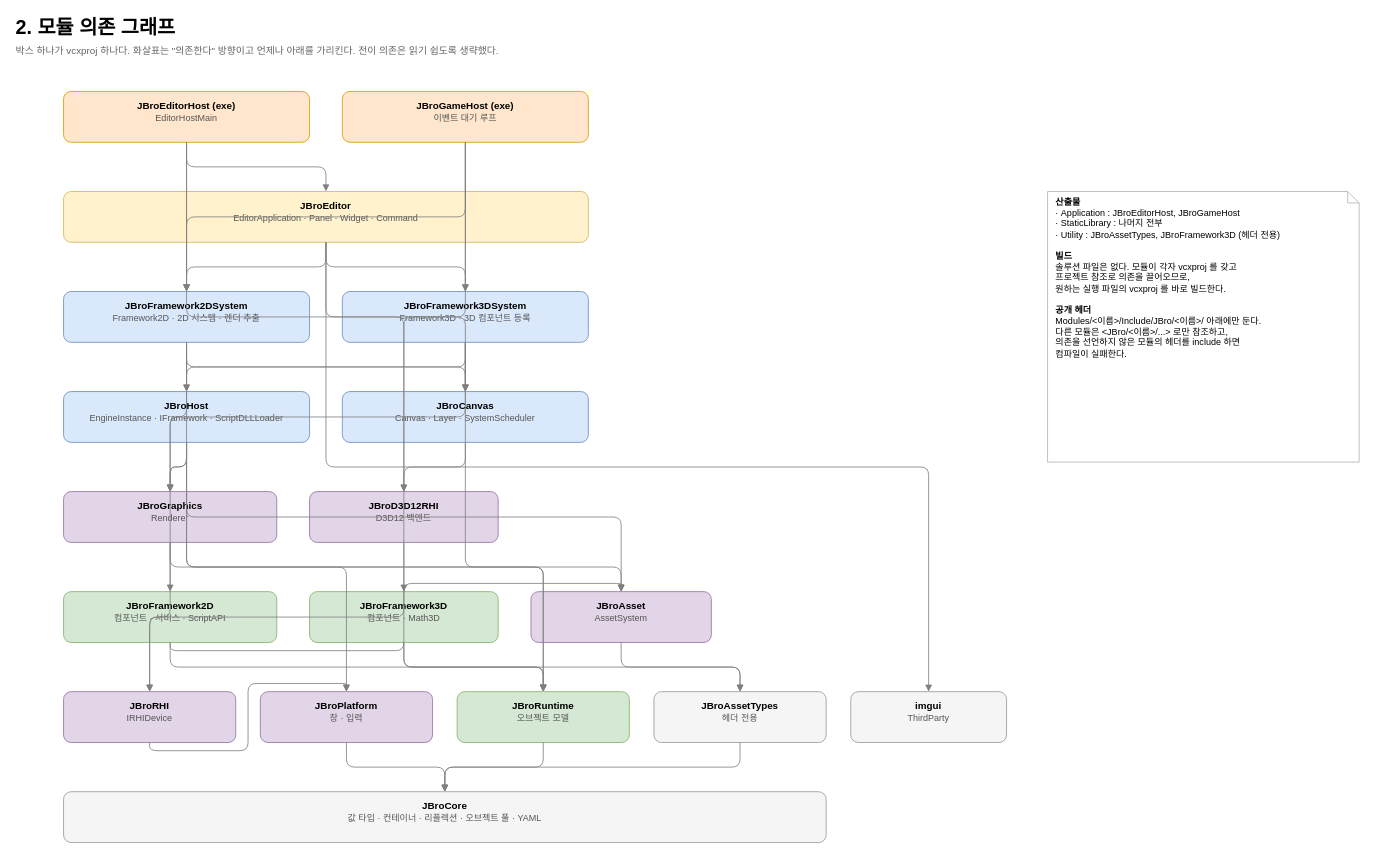
taku7664/JBroEngine keeps this draw.io diagram as page "2. 모듈 의존 그래프" (2 of 6) of docs/JBroEngine.drawio.xml. Above is the earlier version. Source tidied: cells renumbered, new cells numbered last; positions are measured from the earlier drawing's top-left corner, leaving out a move shared by most shapes. Both pictures are drawn from the tidied source at 82%, with x=0, y=0 at pixel (14, 14).
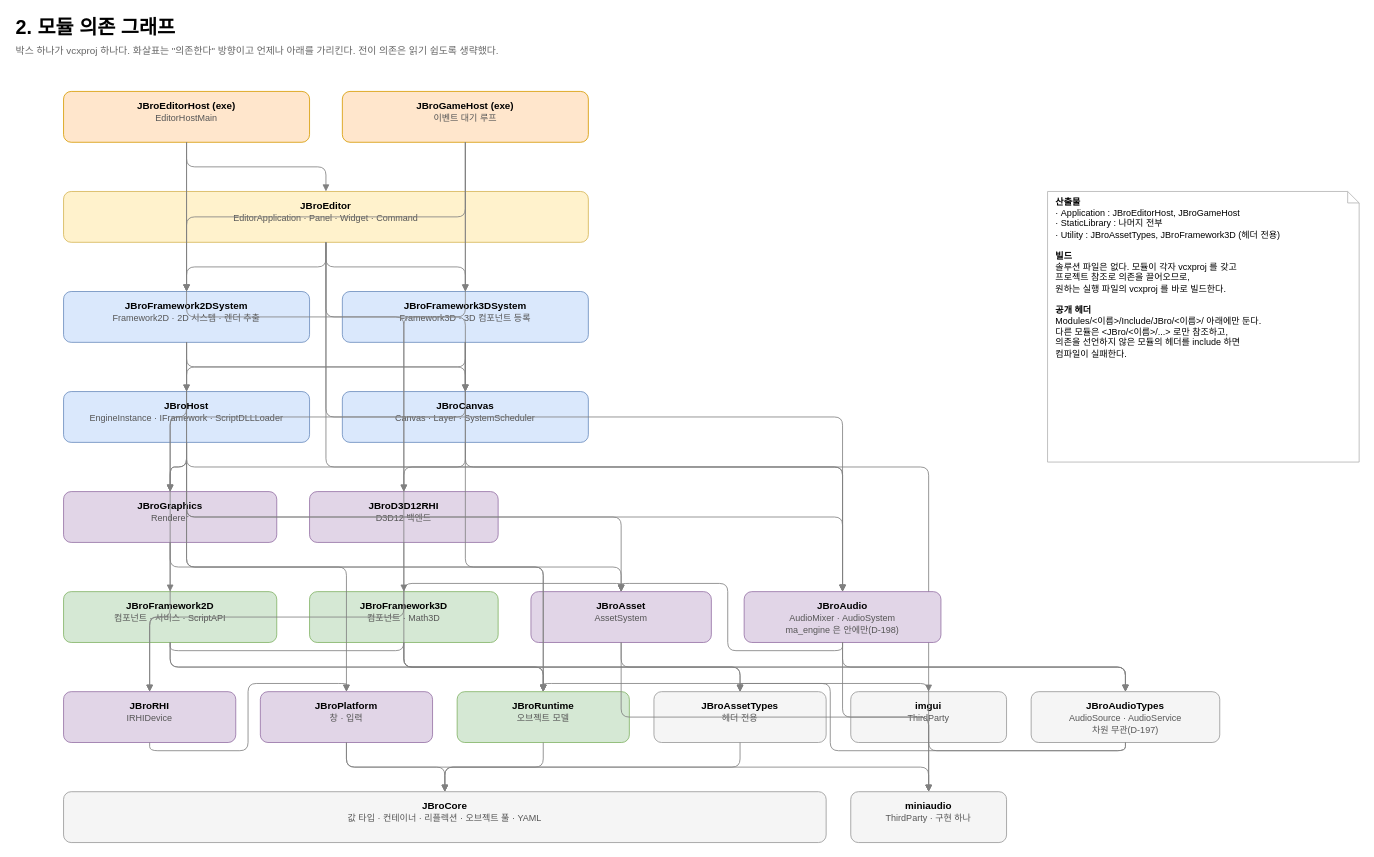
After the change.

Unchanged cells that the change refers to:
```xml
<mxCell id="6" value="&lt;b&gt;JBroEditor&lt;/b&gt;&lt;br&gt;&lt;font color=&quot;#555555&quot; style=&quot;font-size:11px&quot;&gt;EditorApplication · Panel · Widget · Command&lt;/font&gt;" style="rounded=1;whiteSpace=wrap;html=1;fontSize=12;verticalAlign=top;spacingTop=4;fillColor=#fff2cc;strokeColor=#d6b656;" parent="1" vertex="1">
  <mxGeometry x="60" y="216" width="640" height="62" as="geometry" />
</mxCell>
<mxCell id="7" value="&lt;b&gt;JBroFramework2DSystem&lt;/b&gt;&lt;br&gt;&lt;font color=&quot;#555555&quot; style=&quot;font-size:11px&quot;&gt;Framework2D · 2D 시스템 · 렌더 추출&lt;/font&gt;" style="rounded=1;whiteSpace=wrap;html=1;fontSize=12;verticalAlign=top;spacingTop=4;fillColor=#dae8fc;strokeColor=#6c8ebf;" parent="1" vertex="1">
  <mxGeometry x="60" y="338" width="300" height="62" as="geometry" />
</mxCell>
<mxCell id="8" value="&lt;b&gt;JBroFramework3DSystem&lt;/b&gt;&lt;br&gt;&lt;font color=&quot;#555555&quot; style=&quot;font-size:11px&quot;&gt;Framework3D · 3D 컴포넌트 등록&lt;/font&gt;" style="rounded=1;whiteSpace=wrap;html=1;fontSize=12;verticalAlign=top;spacingTop=4;fillColor=#dae8fc;strokeColor=#6c8ebf;" parent="1" vertex="1">
  <mxGeometry x="400" y="338" width="300" height="62" as="geometry" />
</mxCell>
<mxCell id="9" value="&lt;b&gt;JBroHost&lt;/b&gt;&lt;br&gt;&lt;font color=&quot;#555555&quot; style=&quot;font-size:11px&quot;&gt;EngineInstance · IFramework · ScriptDLLLoader&lt;/font&gt;" style="rounded=1;whiteSpace=wrap;html=1;fontSize=12;verticalAlign=top;spacingTop=4;fillColor=#dae8fc;strokeColor=#6c8ebf;" parent="1" vertex="1">
  <mxGeometry x="60" y="460" width="300" height="62" as="geometry" />
</mxCell>
<mxCell id="13" value="&lt;b&gt;JBroFramework2D&lt;/b&gt;&lt;br&gt;&lt;font color=&quot;#555555&quot; style=&quot;font-size:11px&quot;&gt;컴포넌트 · 서비스 · ScriptAPI&lt;/font&gt;" style="rounded=1;whiteSpace=wrap;html=1;fontSize=12;verticalAlign=top;spacingTop=4;fillColor=#d5e8d4;strokeColor=#82b366;" parent="1" vertex="1">
  <mxGeometry x="60" y="704" width="260" height="62" as="geometry" />
</mxCell>
<mxCell id="14" value="&lt;b&gt;JBroFramework3D&lt;/b&gt;&lt;br&gt;&lt;font color=&quot;#555555&quot; style=&quot;font-size:11px&quot;&gt;컴포넌트 · Math3D&lt;/font&gt;" style="rounded=1;whiteSpace=wrap;html=1;fontSize=12;verticalAlign=top;spacingTop=4;fillColor=#d5e8d4;strokeColor=#82b366;" parent="1" vertex="1">
  <mxGeometry x="360" y="704" width="230" height="62" as="geometry" />
</mxCell>
<mxCell id="15" value="&lt;b&gt;JBroAsset&lt;/b&gt;&lt;br&gt;&lt;font color=&quot;#555555&quot; style=&quot;font-size:11px&quot;&gt;AssetSystem&lt;/font&gt;" style="rounded=1;whiteSpace=wrap;html=1;fontSize=12;verticalAlign=top;spacingTop=4;fillColor=#e1d5e7;strokeColor=#9673a6;" parent="1" vertex="1">
  <mxGeometry x="630" y="704" width="220" height="62" as="geometry" />
</mxCell>
<mxCell id="17" value="&lt;b&gt;JBroPlatform&lt;/b&gt;&lt;br&gt;&lt;font color=&quot;#555555&quot; style=&quot;font-size:11px&quot;&gt;창 · 입력&lt;/font&gt;" style="rounded=1;whiteSpace=wrap;html=1;fontSize=12;verticalAlign=top;spacingTop=4;fillColor=#e1d5e7;strokeColor=#9673a6;" parent="1" vertex="1">
  <mxGeometry x="300" y="826" width="210" height="62" as="geometry" />
</mxCell>
<mxCell id="18" value="&lt;b&gt;JBroRuntime&lt;/b&gt;&lt;br&gt;&lt;font color=&quot;#555555&quot; style=&quot;font-size:11px&quot;&gt;오브젝트 모델&lt;/font&gt;" style="rounded=1;whiteSpace=wrap;html=1;fontSize=12;verticalAlign=top;spacingTop=4;fillColor=#d5e8d4;strokeColor=#82b366;" parent="1" vertex="1">
  <mxGeometry x="540" y="826" width="210" height="62" as="geometry" />
</mxCell>
<mxCell id="19" value="&lt;b&gt;JBroAssetTypes&lt;/b&gt;&lt;br&gt;&lt;font color=&quot;#555555&quot; style=&quot;font-size:11px&quot;&gt;헤더 전용&lt;/font&gt;" style="rounded=1;whiteSpace=wrap;html=1;fontSize=12;verticalAlign=top;spacingTop=4;fillColor=#f5f5f5;strokeColor=#999999;" parent="1" vertex="1">
  <mxGeometry x="780" y="826" width="210" height="62" as="geometry" />
</mxCell>
```

The edit, as a diff of the source:
```diff
@@
+    <mxCell id="58" value="&lt;b&gt;JBroAudio&lt;/b&gt;&lt;br&gt;&lt;font color=&quot;#555555&quot; style=&quot;font-size:11px&quot;&gt;AudioMixer · AudioSystem&lt;br&gt;ma_engine 은 안에만(D-198)&lt;/font&gt;" style="rounded=1;whiteSpace=wrap;html=1;fontSize=12;verticalAlign=top;spacingTop=4;fillColor=#e1d5e7;strokeColor=#9673a6;" parent="1" vertex="1">
+      <mxGeometry x="890" y="704" width="240" height="62" as="geometry" />
+    </mxCell>
+    <mxCell id="59" value="&lt;b&gt;JBroAudioTypes&lt;/b&gt;&lt;br&gt;&lt;font color=&quot;#555555&quot; style=&quot;font-size:11px&quot;&gt;AudioSource · AudioService&lt;br&gt;차원 무관(D-197)&lt;/font&gt;" style="rounded=1;whiteSpace=wrap;html=1;fontSize=12;verticalAlign=top;spacingTop=4;fillColor=#f5f5f5;strokeColor=#999999;" parent="1" vertex="1">
+      <mxGeometry x="1240" y="826" width="230" height="62" as="geometry" />
+    </mxCell>
+    <mxCell id="60" value="&lt;b&gt;miniaudio&lt;/b&gt;&lt;br&gt;&lt;font color=&quot;#555555&quot; style=&quot;font-size:11px&quot;&gt;ThirdParty · 구현 하나&lt;/font&gt;" style="rounded=1;whiteSpace=wrap;html=1;fontSize=12;verticalAlign=top;spacingTop=4;fillColor=#f5f5f5;strokeColor=#999999;" parent="1" vertex="1">
+      <mxGeometry x="1020" y="948" width="190" height="62" as="geometry" />
+    </mxCell>
+    <mxCell id="61" style="edgeStyle=orthogonalEdgeStyle;rounded=1;html=1;exitX=0.5;exitY=1;exitDx=0;exitDy=0;entryX=0.5;entryY=0;entryDx=0;entryDy=0;strokeColor=#808080;endArrow=block;endFill=1;" parent="1" edge="1" source="7" target="58">
+      <mxGeometry relative="1" as="geometry" />
+    </mxCell>
+    <mxCell id="62" style="edgeStyle=orthogonalEdgeStyle;rounded=1;html=1;exitX=0.5;exitY=1;exitDx=0;exitDy=0;entryX=0.5;entryY=0;entryDx=0;entryDy=0;strokeColor=#808080;endArrow=block;endFill=1;" parent="1" edge="1" source="8" target="58">
+      <mxGeometry relative="1" as="geometry" />
+    </mxCell>
+    <mxCell id="63" style="edgeStyle=orthogonalEdgeStyle;rounded=1;html=1;exitX=0.5;exitY=1;exitDx=0;exitDy=0;entryX=0.5;entryY=0;entryDx=0;entryDy=0;strokeColor=#808080;endArrow=block;endFill=1;" parent="1" edge="1" source="9" target="58">
+      <mxGeometry relative="1" as="geometry" />
+    </mxCell>
+    <mxCell id="64" style="edgeStyle=orthogonalEdgeStyle;rounded=1;html=1;exitX=0.5;exitY=1;exitDx=0;exitDy=0;entryX=0.5;entryY=0;entryDx=0;entryDy=0;strokeColor=#808080;endArrow=block;endFill=1;" parent="1" edge="1" source="13" target="59">
+      <mxGeometry relative="1" as="geometry" />
+    </mxCell>
+    <mxCell id="65" style="edgeStyle=orthogonalEdgeStyle;rounded=1;html=1;exitX=0.5;exitY=1;exitDx=0;exitDy=0;entryX=0.5;entryY=0;entryDx=0;entryDy=0;strokeColor=#808080;endArrow=block;endFill=1;" parent="1" edge="1" source="14" target="59">
+      <mxGeometry relative="1" as="geometry" />
+    </mxCell>
+    <mxCell id="66" style="edgeStyle=orthogonalEdgeStyle;rounded=1;html=1;exitX=0.5;exitY=1;exitDx=0;exitDy=0;entryX=0.5;entryY=0;entryDx=0;entryDy=0;strokeColor=#808080;endArrow=block;endFill=1;" parent="1" edge="1" source="58" target="59">
+      <mxGeometry relative="1" as="geometry" />
+    </mxCell>
+    <mxCell id="67" style="edgeStyle=orthogonalEdgeStyle;rounded=1;html=1;exitX=0.5;exitY=1;exitDx=0;exitDy=0;entryX=0.5;entryY=0;entryDx=0;entryDy=0;strokeColor=#808080;endArrow=block;endFill=1;" parent="1" edge="1" source="58" target="15">
+      <mxGeometry relative="1" as="geometry" />
+    </mxCell>
+    <mxCell id="68" style="edgeStyle=orthogonalEdgeStyle;rounded=1;html=1;exitX=0.5;exitY=1;exitDx=0;exitDy=0;entryX=0.5;entryY=0;entryDx=0;entryDy=0;strokeColor=#808080;endArrow=block;endFill=1;" parent="1" edge="1" source="58" target="60">
+      <mxGeometry relative="1" as="geometry" />
+    </mxCell>
+    <mxCell id="69" style="edgeStyle=orthogonalEdgeStyle;rounded=1;html=1;exitX=0.5;exitY=1;exitDx=0;exitDy=0;entryX=0.5;entryY=0;entryDx=0;entryDy=0;strokeColor=#808080;endArrow=block;endFill=1;" parent="1" edge="1" source="59" target="18">
+      <mxGeometry relative="1" as="geometry" />
+    </mxCell>
+    <mxCell id="70" style="edgeStyle=orthogonalEdgeStyle;rounded=1;html=1;exitX=0.5;exitY=1;exitDx=0;exitDy=0;entryX=0.5;entryY=0;entryDx=0;entryDy=0;strokeColor=#808080;endArrow=block;endFill=1;" parent="1" edge="1" source="17" target="60">
+      <mxGeometry relative="1" as="geometry" />
+    </mxCell>
+    <mxCell id="71" style="edgeStyle=orthogonalEdgeStyle;rounded=1;html=1;exitX=0.5;exitY=1;exitDx=0;exitDy=0;entryX=0.5;entryY=0;entryDx=0;entryDy=0;strokeColor=#808080;endArrow=block;endFill=1;" parent="1" edge="1" source="15" target="60">
+      <mxGeometry relative="1" as="geometry" />
+    </mxCell>
+    <mxCell id="72" style="edgeStyle=orthogonalEdgeStyle;rounded=1;html=1;exitX=0.5;exitY=1;exitDx=0;exitDy=0;entryX=0.5;entryY=0;entryDx=0;entryDy=0;strokeColor=#808080;endArrow=block;endFill=1;" parent="1" edge="1" source="59" target="19">
+      <mxGeometry relative="1" as="geometry" />
+    </mxCell>
+    <mxCell id="73" style="edgeStyle=orthogonalEdgeStyle;rounded=1;html=1;exitX=0.5;exitY=1;exitDx=0;exitDy=0;entryX=0.5;entryY=0;entryDx=0;entryDy=0;strokeColor=#808080;endArrow=block;endFill=1;" parent="1" edge="1" source="6" target="58">
+      <mxGeometry relative="1" as="geometry" />
+    </mxCell>
```
